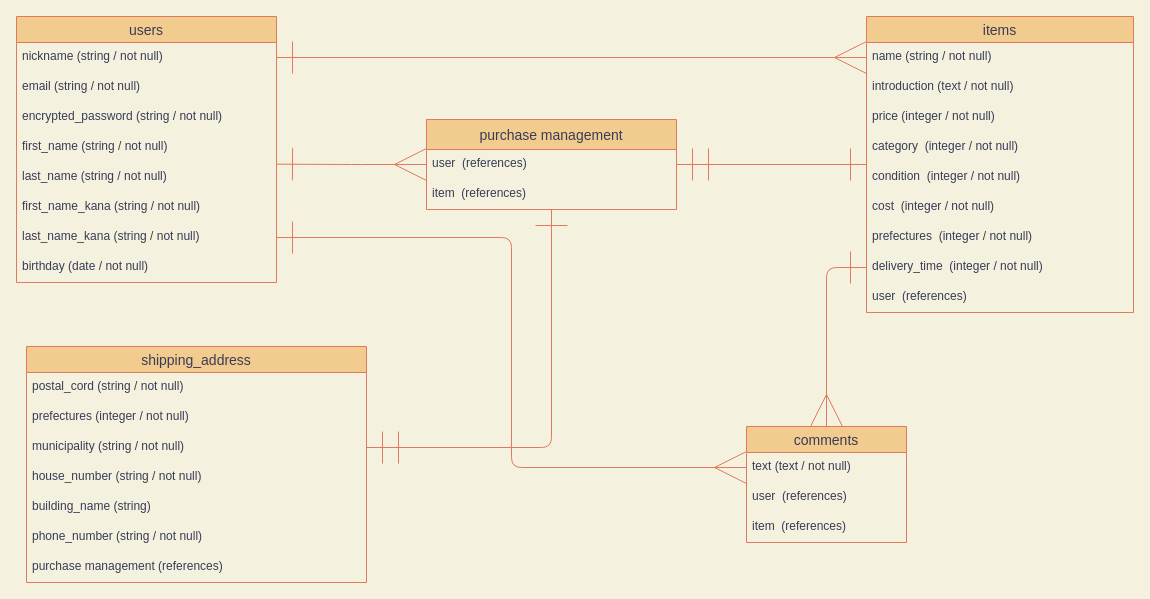
DaisukeM0704/furima-35145 keeps this draw.io diagram as furima-35145.dio. Above is the earlier version. Source tidied: cells renumbered, new cells numbered last; positions are measured from the earlier drawing's top-left corner, leaving out a move shared by most shapes. Both pictures are drawn from the tidied source at 100%, with x=0, y=0 at pixel (16, 16).
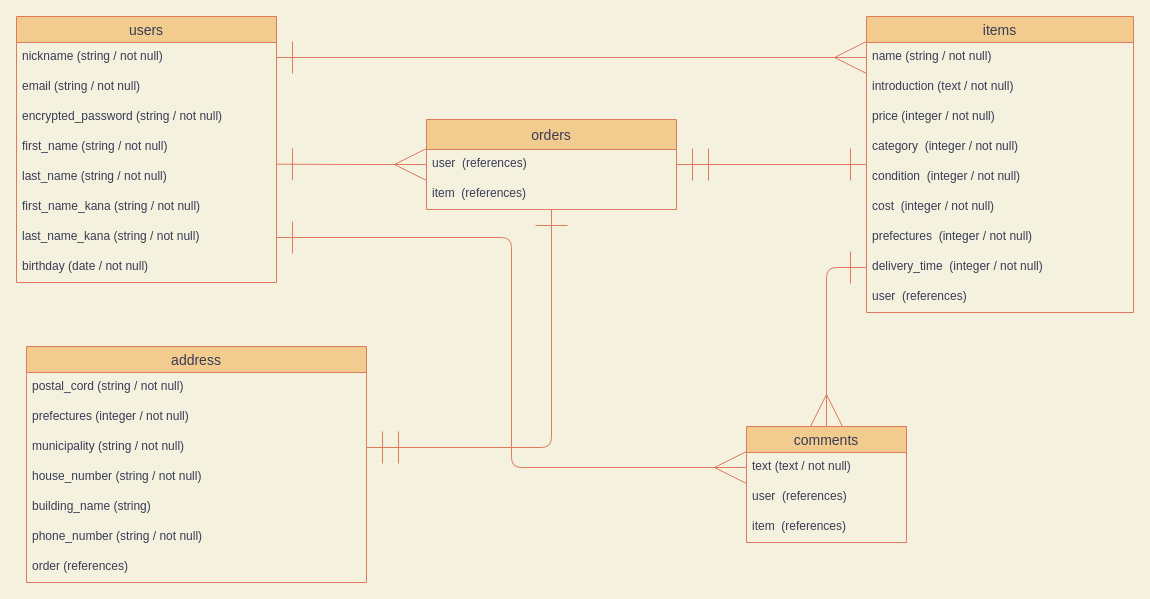
After the change.

What changed in the source:
```diff
@@
-    <mxCell id="22" value="shipping_address" style="swimlane;fontStyle=0;horizontal=1;startSize=26;align=center;fontSize=14;fillColor=#F2CC8F;strokeColor=#E07A5F;fontColor=#393C56;" parent="1" vertex="1">
+    <mxCell id="22" value="address" style="swimlane;fontStyle=0;horizontal=1;startSize=26;align=center;fontSize=14;fillColor=#F2CC8F;strokeColor=#E07A5F;fontColor=#393C56;" parent="1" vertex="1">
       <mxGeometry x="10" y="330" width="340" height="236" as="geometry" />
     </mxCell>
@@
-    <mxCell id="29" value="purchase management (references)" style="text;strokeColor=none;fillColor=none;spacingLeft=4;spacingRight=4;overflow=hidden;fontSize=12;fontColor=#393C56;" parent="22" vertex="1">
+    <mxCell id="29" value="order (references)" style="text;strokeColor=none;fillColor=none;spacingLeft=4;spacingRight=4;overflow=hidden;fontSize=12;fontColor=#393C56;" parent="22" vertex="1">
       <mxGeometry y="206" width="340" height="30" as="geometry" />
     </mxCell>
@@
-    <mxCell id="37" value="purchase management" style="swimlane;fontStyle=0;horizontal=1;startSize=30;align=center;fontSize=14;rounded=0;sketch=0;strokeColor=#E07A5F;fillColor=#F2CC8F;fontColor=#393C56;" parent="1" vertex="1">
+    <mxCell id="37" value="orders" style="swimlane;fontStyle=0;horizontal=1;startSize=30;align=center;fontSize=14;rounded=0;sketch=0;strokeColor=#E07A5F;fillColor=#F2CC8F;fontColor=#393C56;" parent="1" vertex="1">
       <mxGeometry x="410" y="103" width="250" height="90" as="geometry" />
     </mxCell>
```
